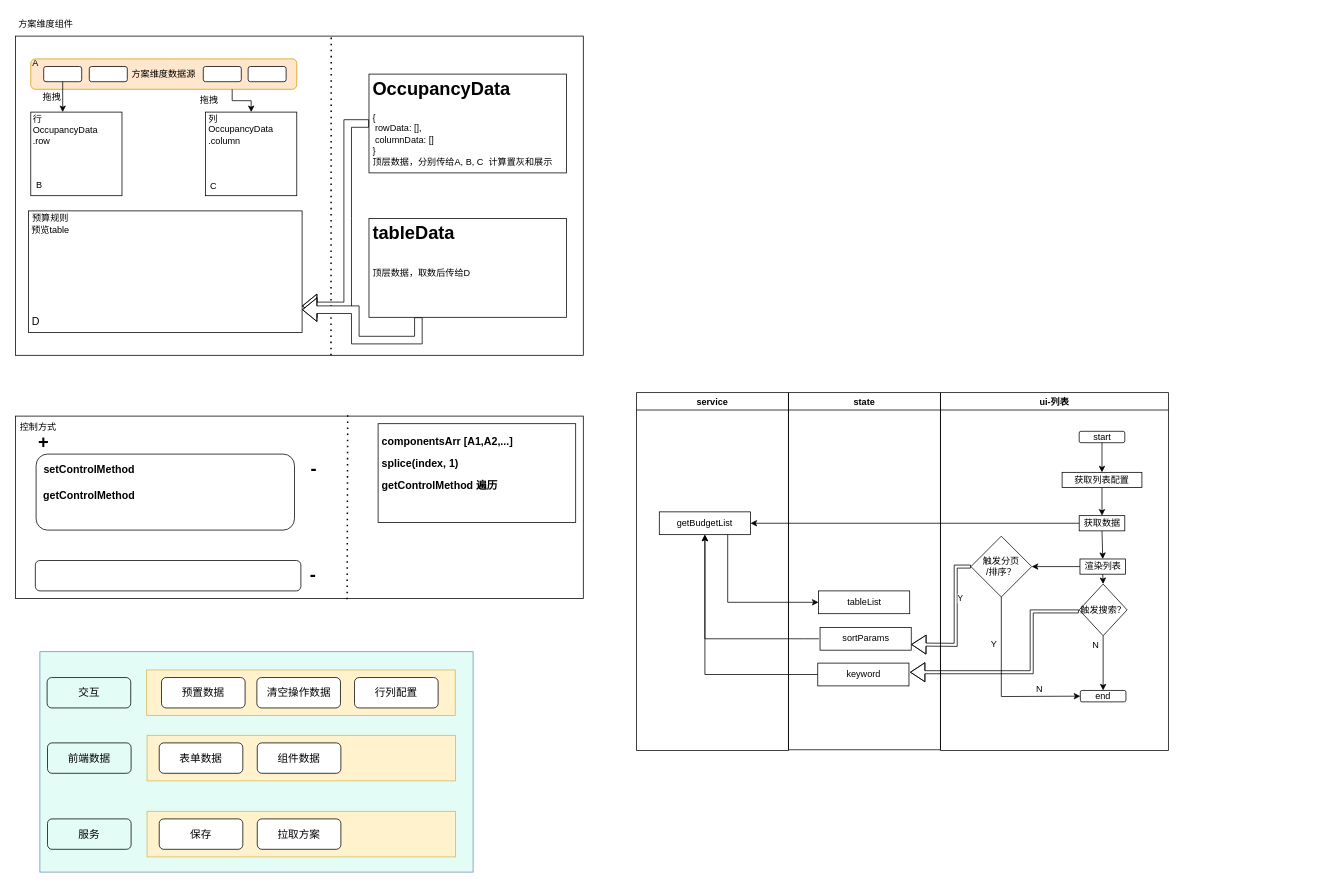
The draw.io diagram j/budget.drawio in littlelady2015/yctea, before the edit. Source tidied: cells renumbered, new cells numbered last; positions are measured from the earlier drawing's top-left corner, leaving out a move shared by most shapes. Both pictures are drawn from the tidied source at 76%, with x=0, y=0 at pixel (13, 13).
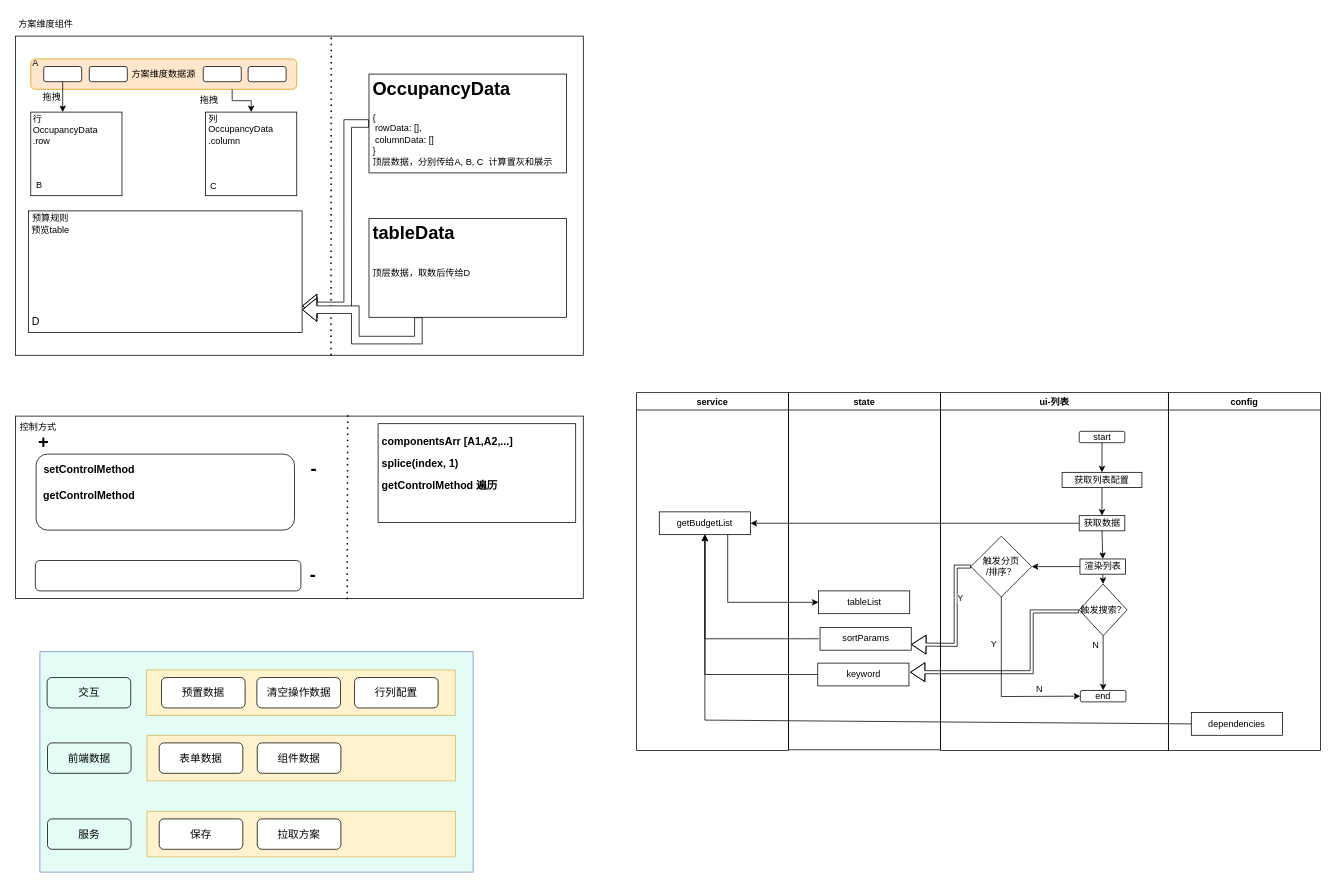
After the change.

Unchanged cells that the change refers to:
```xml
<mxCell id="59" value="&lt;span style=&quot;text-align: left&quot;&gt;getBudgetList&lt;/span&gt;" style="whiteSpace=wrap;html=1;strokeColor=default;fillColor=none;" parent="58" vertex="1">
  <mxGeometry x="30" y="157" width="120" height="30" as="geometry" />
</mxCell>
```

Change to the diagram source:
```diff
@@
+    <mxCell id="91" value="config" style="swimlane;strokeColor=default;fillColor=none;" parent="1" vertex="1">
+      <mxGeometry x="1520" y="499" width="200" height="471" as="geometry" />
+    </mxCell>
+    <mxCell id="92" value="&lt;span style=&quot;text-align: left&quot;&gt;dependencies&lt;/span&gt;" style="whiteSpace=wrap;html=1;strokeColor=default;fillColor=none;" parent="91" vertex="1">
+      <mxGeometry x="30" y="421" width="120" height="30" as="geometry" />
+    </mxCell>
+    <mxCell id="93" style="edgeStyle=orthogonalEdgeStyle;rounded=0;orthogonalLoop=1;jettySize=auto;html=1;exitX=0.5;exitY=1;exitDx=0;exitDy=0;" parent="91" edge="1" source="92" target="92">
+      <mxGeometry relative="1" as="geometry" />
+    </mxCell>
+    <mxCell id="94" style="endArrow=classic;html=1;rounded=0;exitX=0;exitY=0.5;exitDx=0;exitDy=0;entryX=0.5;entryY=1;entryDx=0;entryDy=0;" parent="1" edge="1" source="92" target="59">
+      <mxGeometry relative="1" as="geometry">
+        <Array as="points">
+          <mxPoint x="910" y="930" />
+        </Array>
+      </mxGeometry>
+    </mxCell>
```
